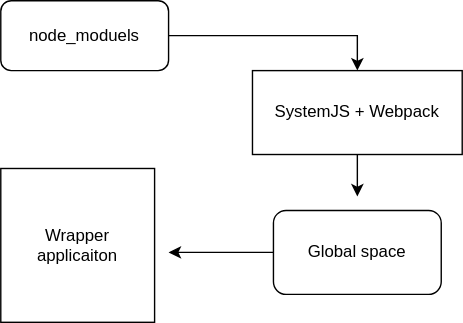
Before: src/assets/Untitled Diagram.svg, a diagram exported from draw.io (3gwebtrain/AngularWebpack). Source tidied: cells renumbered, new cells last; positions are measured from the earlier drawing's top-left corner, leaving out a move shared by most shapes.
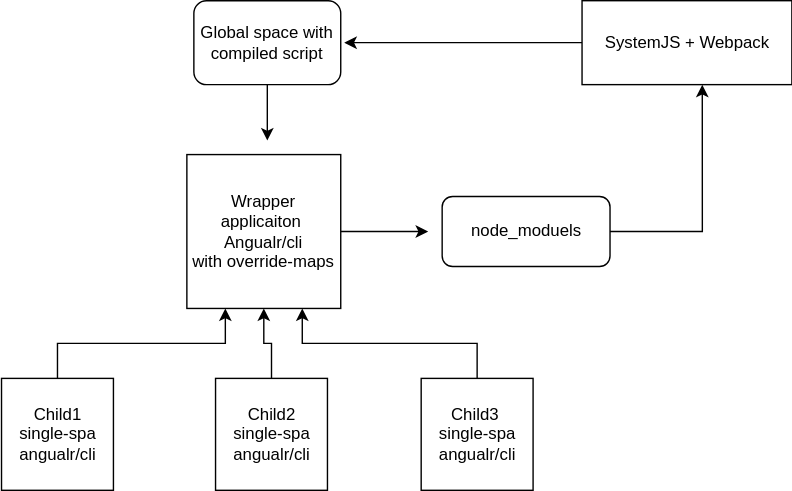
The same diagram one commit later.

The edit, as a diff of the source:
```diff
@@ -2,30 +2,53 @@
   <root>
     <mxCell id="0" />
     <mxCell id="1" parent="0" />
+    <mxCell id="3" style="edgeStyle=orthogonalEdgeStyle;rounded=0;jettySize=auto;html=1;exitX=1;exitY=0.5;exitDx=0;exitDy=0;entryX=0.573;entryY=1;entryDx=0;entryDy=0;entryPerimeter=0;" parent="1" edge="1" source="4" target="6">
+      <mxGeometry relative="1" as="geometry" />
+    </mxCell>
+    <mxCell id="9" style="edgeStyle=orthogonalEdgeStyle;rounded=0;jettySize=auto;html=1;" parent="1" edge="1" source="2">
+      <mxGeometry relative="1" as="geometry">
+        <mxPoint x="182.5" y="185" as="targetPoint" />
+      </mxGeometry>
+    </mxCell>
-    <mxCell id="2" value="Wrapper&lt;br&gt;applicaiton" style="whiteSpace=wrap;html=1;" parent="1" vertex="1">
-      <mxGeometry y="120" width="110" height="110" as="geometry" />
+    <mxCell id="2" value="Wrapper&lt;br&gt;applicaiton&amp;nbsp;&lt;br&gt;Angualr/cli&lt;br&gt;with override-maps" style="whiteSpace=wrap;html=1;" parent="1" vertex="1">
+      <mxGeometry x="10" y="130" width="110" height="110" as="geometry" />
     </mxCell>
-    <mxCell id="3" style="edgeStyle=orthogonalEdgeStyle;rounded=0;jettySize=auto;html=1;exitX=1;exitY=0.5;exitDx=0;exitDy=0;entryX=0.5;entryY=0;entryDx=0;entryDy=0;" parent="1" edge="1" source="4" target="6">
-      <mxGeometry relative="1" as="geometry" />
-    </mxCell>
+    <mxCell id="10" style="edgeStyle=orthogonalEdgeStyle;rounded=0;jettySize=auto;html=1;" parent="1" edge="1" source="6">
+      <mxGeometry relative="1" as="geometry">
+        <mxPoint x="122.5" y="50" as="targetPoint" />
+      </mxGeometry>
+    </mxCell>
+    <mxCell id="6" value="SystemJS + Webpack" style="rounded=0;whiteSpace=wrap;html=1;" parent="1" vertex="1">
+      <mxGeometry x="292.5" y="20" width="150" height="60" as="geometry" />
+    </mxCell>
+    <mxCell id="11" style="edgeStyle=orthogonalEdgeStyle;rounded=0;jettySize=auto;html=1;exitX=0.5;exitY=1;exitDx=0;exitDy=0;" parent="1" edge="1" source="8">
+      <mxGeometry relative="1" as="geometry">
+        <mxPoint x="67.5" y="120" as="targetPoint" />
+      </mxGeometry>
+    </mxCell>
+    <mxCell id="8" value="Global space with&lt;br&gt;compiled script" style="rounded=1;whiteSpace=wrap;html=1;" parent="1" vertex="1">
+      <mxGeometry x="15" y="20" width="105" height="60" as="geometry" />
+    </mxCell>
+    <mxCell id="12" style="edgeStyle=orthogonalEdgeStyle;rounded=0;jettySize=auto;html=1;exitX=0.5;exitY=0;exitDx=0;exitDy=0;entryX=0.25;entryY=1;entryDx=0;entryDy=0;" parent="1" edge="1" source="13" target="2">
+      <mxGeometry relative="1" as="geometry" />
+    </mxCell>
+    <mxCell id="13" value="Child1&lt;br&gt;single-spa&lt;br&gt;angualr/cli" style="whiteSpace=wrap;html=1;" parent="1" vertex="1">
+      <mxGeometry x="-122.5" y="290" width="80" height="80" as="geometry" />
+    </mxCell>
+    <mxCell id="14" style="edgeStyle=orthogonalEdgeStyle;rounded=0;jettySize=auto;html=1;exitX=0.5;exitY=0;exitDx=0;exitDy=0;" parent="1" edge="1" source="15" target="2">
+      <mxGeometry relative="1" as="geometry" />
+    </mxCell>
+    <mxCell id="15" value="&lt;span&gt;Child2&lt;br&gt;&lt;/span&gt;single-spa&lt;br&gt;&lt;span&gt;angualr/cli&lt;/span&gt;" style="whiteSpace=wrap;html=1;" parent="1" vertex="1">
+      <mxGeometry x="30.5" y="290" width="80" height="80" as="geometry" />
+    </mxCell>
+    <mxCell id="16" style="edgeStyle=orthogonalEdgeStyle;rounded=0;jettySize=auto;html=1;exitX=0.5;exitY=0;exitDx=0;exitDy=0;entryX=0.75;entryY=1;entryDx=0;entryDy=0;" parent="1" edge="1" source="17" target="2">
+      <mxGeometry relative="1" as="geometry" />
+    </mxCell>
+    <mxCell id="17" value="&lt;span&gt;Child3&amp;nbsp;&lt;br&gt;&lt;/span&gt;single-spa&lt;br&gt;&lt;span&gt;angualr/cli&lt;/span&gt;" style="whiteSpace=wrap;html=1;" parent="1" vertex="1">
+      <mxGeometry x="177.5" y="290" width="80" height="80" as="geometry" />
+    </mxCell>
     <mxCell id="4" value="node_moduels" style="rounded=1;whiteSpace=wrap;html=1;" parent="1" vertex="1">
-      <mxGeometry width="120" height="50" as="geometry" />
+      <mxGeometry x="192.5" y="160" width="120" height="50" as="geometry" />
     </mxCell>
-    <mxCell id="5" style="edgeStyle=orthogonalEdgeStyle;rounded=0;jettySize=auto;html=1;exitX=0.5;exitY=1;exitDx=0;exitDy=0;" parent="1" edge="1" source="6">
-      <mxGeometry relative="1" as="geometry">
-        <mxPoint x="255" y="140" as="targetPoint" />
-      </mxGeometry>
-    </mxCell>
-    <mxCell id="6" value="SystemJS + Webpack" style="rounded=0;whiteSpace=wrap;html=1;" parent="1" vertex="1">
-      <mxGeometry x="180" y="50" width="150" height="60" as="geometry" />
-    </mxCell>
-    <mxCell id="7" style="edgeStyle=orthogonalEdgeStyle;rounded=0;jettySize=auto;html=1;exitX=0;exitY=0.5;exitDx=0;exitDy=0;" parent="1" edge="1" source="8">
-      <mxGeometry relative="1" as="geometry">
-        <mxPoint x="120" y="180" as="targetPoint" />
-      </mxGeometry>
-    </mxCell>
-    <mxCell id="8" value="Global space" style="rounded=1;whiteSpace=wrap;html=1;" parent="1" vertex="1">
-      <mxGeometry x="195" y="150" width="120" height="60" as="geometry" />
-    </mxCell>
   </root>
 </mxGraphModel>
```
